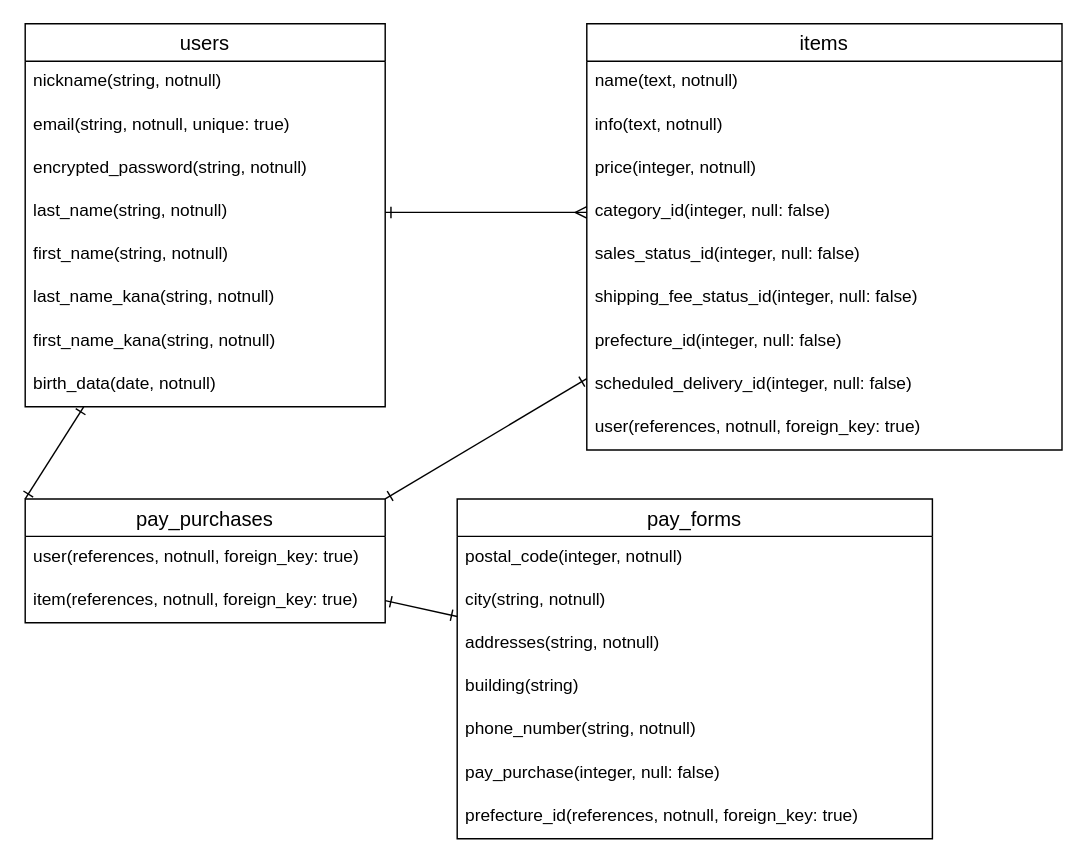
This is .dio from nennekotaro/furima-39174, a draw.io file, before an edit. Source tidied: cells renumbered, new cells numbered last; positions are measured from the earlier drawing's top-left corner, leaving out a move shared by most shapes. Both pictures are drawn from the tidied source at 144%, with x=0, y=0 at pixel (24, 23).
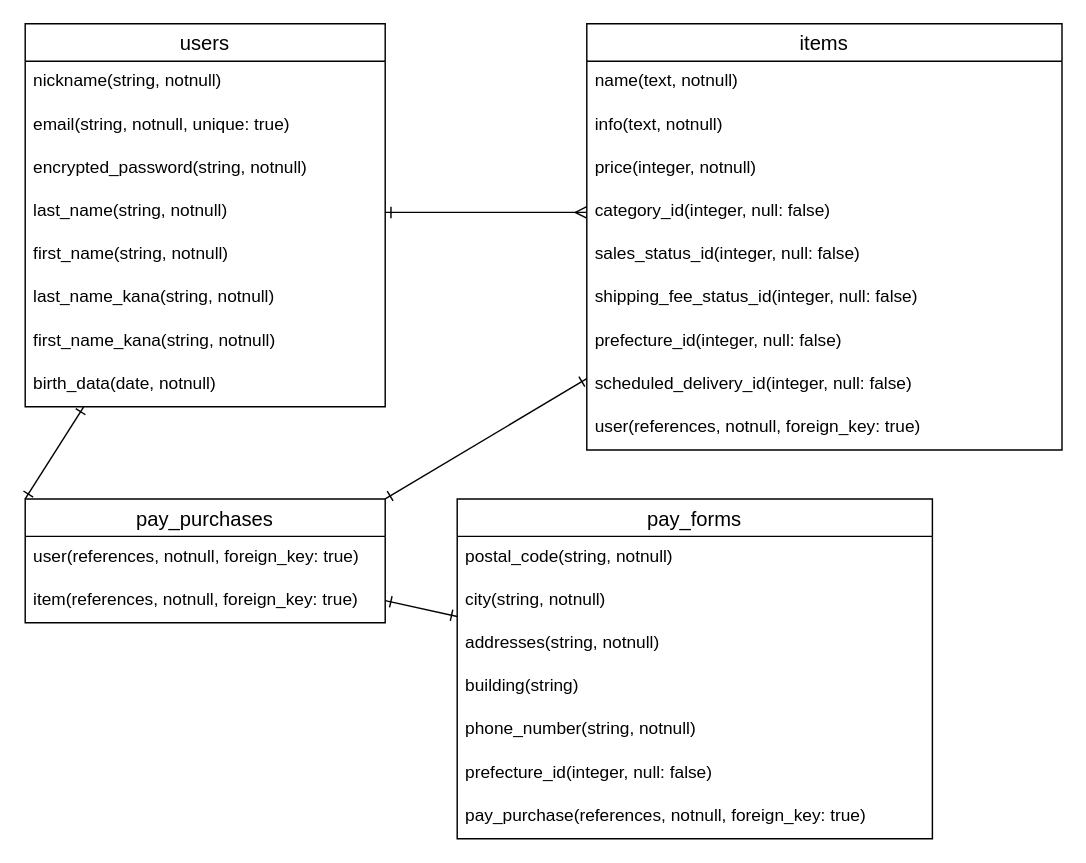
The same page after the edit.

Commit message (it also covers changes not shown here):
データベース設計やり直し③

Unchanged cells that the change refers to:
```xml
<mxCell id="23" value="pay_forms" style="swimlane;fontStyle=0;horizontal=1;startSize=26;align=center;fontSize=14;" parent="1" vertex="1">
  <mxGeometry x="300" y="330" width="330" height="236" as="geometry" />
</mxCell>
```

The edit, as a diff of the source:
```diff
@@
-    <mxCell id="24" value="postal_code(integer, notnull)" style="text;strokeColor=none;fillColor=none;spacingLeft=4;spacingRight=4;overflow=hidden;fontSize=12;" parent="23" vertex="1">
+    <mxCell id="24" value="postal_code(string, notnull)" style="text;strokeColor=none;fillColor=none;spacingLeft=4;spacingRight=4;overflow=hidden;fontSize=12;" parent="23" vertex="1">
       <mxGeometry y="26" width="330" height="30" as="geometry" />
     </mxCell>
@@
-    <mxCell id="29" value="pay_purchase(integer, null: false)&#10;" style="text;strokeColor=none;fillColor=none;spacingLeft=4;spacingRight=4;overflow=hidden;fontSize=12;" parent="23" vertex="1">
+    <mxCell id="29" value="prefecture_id(integer, null: false)&#10;" style="text;strokeColor=none;fillColor=none;spacingLeft=4;spacingRight=4;overflow=hidden;fontSize=12;" parent="23" vertex="1">
       <mxGeometry y="176" width="330" height="30" as="geometry" />
     </mxCell>
-    <mxCell id="30" value="prefecture_id(references, notnull, foreign_key: true)" style="text;strokeColor=none;fillColor=none;spacingLeft=4;spacingRight=4;overflow=hidden;fontSize=12;" parent="23" vertex="1">
+    <mxCell id="30" value="pay_purchase(references, notnull, foreign_key: true)" style="text;strokeColor=none;fillColor=none;spacingLeft=4;spacingRight=4;overflow=hidden;fontSize=12;" parent="23" vertex="1">
       <mxGeometry y="206" width="330" height="30" as="geometry" />
     </mxCell>
```
